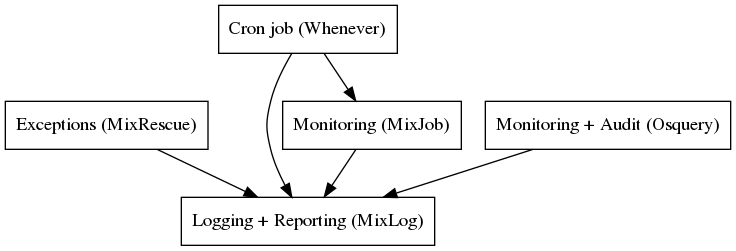
Earlier version of the Graphviz export doc/images/monitoring_tools.png (patleb/web_tools). Its source is kept beside it as doc/images/monitoring_tools.dot. The source it was exported from:
```dot
digraph G {
  mix_log [shape=box label="Logging + Reporting (MixLog)"]
  mix_rescue [shape=box label="Exceptions (MixRescue)"]
  mix_monit [shape=box label="Monitoring (MixJob)"]
  osquery [shape=box label="Monitoring + Audit (Osquery)"]
  whenever [shape=box label="Cron job (Whenever)"]

  whenever -> mix_monit
  whenever -> mix_log
  mix_monit -> mix_log
  mix_rescue -> mix_log
  osquery -> mix_log
}
```
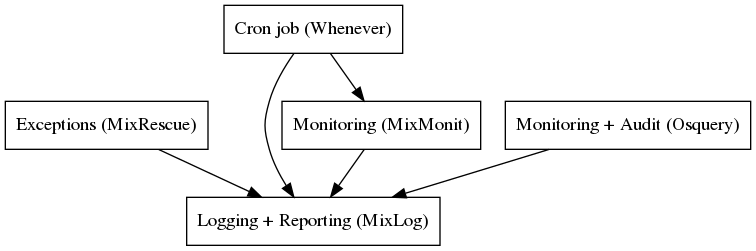
After the change.

The edit, as a diff of the source:
```diff
@@ -1,7 +1,7 @@
 digraph G {
   mix_log [shape=box label="Logging + Reporting (MixLog)"]
   mix_rescue [shape=box label="Exceptions (MixRescue)"]
-  mix_monit [shape=box label="Monitoring (MixJob)"]
+  mix_monit [shape=box label="Monitoring (MixMonit)"]
   osquery [shape=box label="Monitoring + Audit (Osquery)"]
   whenever [shape=box label="Cron job (Whenever)"]
 
```
